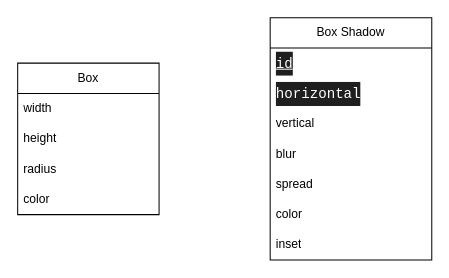
vandoan882000/box-shadow-app keeps this draw.io diagram as src/diagrams/entities/box.drawio. Above is the earlier version. Source tidied: cells renumbered, new cells numbered last; positions are measured from the earlier drawing's top-left corner, leaving out a move shared by most shapes. Both pictures are drawn from the tidied source at 101%, with x=0, y=0 at pixel (17, 17).
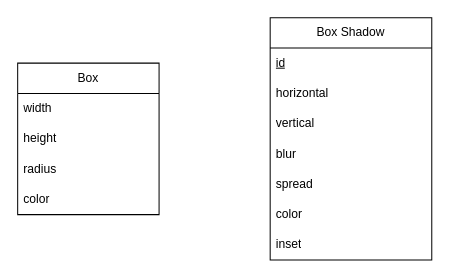
After the change.

Diff of the diagram source:
```diff
@@
 <mxGraphModel>
   <root>
     <mxCell id="0" />
     <mxCell id="1" parent="0" />
     <mxCell id="2" value="Box" style="swimlane;fontStyle=0;horizontal=1;startSize=30;whiteSpace=wrap;html=1;" parent="1" vertex="1">
       <mxGeometry y="45" width="140" height="150" as="geometry" />
     </mxCell>
     <mxCell id="3" value="width" style="text;strokeColor=none;fillColor=none;align=left;verticalAlign=middle;spacingLeft=4;spacingRight=4;overflow=hidden;whiteSpace=wrap;html=1;" parent="2" vertex="1">
       <mxGeometry y="30" width="140" height="30" as="geometry" />
     </mxCell>
     <mxCell id="4" value="height" style="text;strokeColor=none;fillColor=none;align=left;verticalAlign=middle;spacingLeft=4;spacingRight=4;overflow=hidden;whiteSpace=wrap;html=1;" parent="2" vertex="1">
       <mxGeometry y="60" width="140" height="30" as="geometry" />
     </mxCell>
     <mxCell id="5" value="radius" style="text;strokeColor=none;fillColor=none;align=left;verticalAlign=middle;spacingLeft=4;spacingRight=4;overflow=hidden;whiteSpace=wrap;html=1;" parent="2" vertex="1">
       <mxGeometry y="90" width="140" height="30" as="geometry" />
     </mxCell>
     <mxCell id="6" value="color" style="text;strokeColor=none;fillColor=none;align=left;verticalAlign=middle;spacingLeft=4;spacingRight=4;overflow=hidden;whiteSpace=wrap;html=1;" parent="2" vertex="1">
       <mxGeometry y="120" width="140" height="30" as="geometry" />
     </mxCell>
     <mxCell id="7" value="Box Shadow" style="swimlane;fontStyle=0;horizontal=1;startSize=30;whiteSpace=wrap;html=1;" parent="1" vertex="1">
       <mxGeometry x="250" width="160" height="240" as="geometry" />
     </mxCell>
-    <mxCell id="8" value="&lt;div style=&quot;background-color: rgb(31, 31, 31); font-family: Consolas, &amp;quot;Courier New&amp;quot;, monospace; font-size: 14px; line-height: 24px;&quot;&gt;&lt;font color=&quot;#ffffff&quot;&gt;&lt;u&gt;id&lt;/u&gt;&lt;/font&gt;&lt;/div&gt;" style="text;strokeColor=none;fillColor=none;align=left;verticalAlign=middle;spacingLeft=4;spacingRight=4;overflow=hidden;whiteSpace=wrap;html=1;" parent="7" vertex="1">
+    <mxCell id="8" value="&lt;u&gt;id&lt;/u&gt;" style="text;strokeColor=none;fillColor=none;align=left;verticalAlign=middle;spacingLeft=4;spacingRight=4;overflow=hidden;whiteSpace=wrap;html=1;" parent="7" vertex="1">
       <mxGeometry y="30" width="160" height="30" as="geometry" />
     </mxCell>
-    <mxCell id="9" value="&lt;div style=&quot;background-color: rgb(31, 31, 31); font-family: Consolas, &amp;quot;Courier New&amp;quot;, monospace; font-size: 14px; line-height: 24px;&quot;&gt;&lt;font color=&quot;#ffffff&quot;&gt;horizontal&lt;/font&gt;&lt;/div&gt;" style="text;strokeColor=none;fillColor=none;align=left;verticalAlign=middle;spacingLeft=4;spacingRight=4;overflow=hidden;whiteSpace=wrap;html=1;" parent="7" vertex="1">
+    <mxCell id="9" value="horizontal" style="text;strokeColor=none;fillColor=none;align=left;verticalAlign=middle;spacingLeft=4;spacingRight=4;overflow=hidden;whiteSpace=wrap;html=1;" parent="7" vertex="1">
       <mxGeometry y="60" width="160" height="30" as="geometry" />
     </mxCell>
     <mxCell id="10" value="vertical" style="text;strokeColor=none;fillColor=none;align=left;verticalAlign=middle;spacingLeft=4;spacingRight=4;overflow=hidden;whiteSpace=wrap;html=1;" parent="7" vertex="1">
       <mxGeometry y="90" width="160" height="30" as="geometry" />
     </mxCell>
     <mxCell id="11" value="blur" style="text;strokeColor=none;fillColor=none;align=left;verticalAlign=middle;spacingLeft=4;spacingRight=4;overflow=hidden;whiteSpace=wrap;html=1;" parent="7" vertex="1">
       <mxGeometry y="120" width="160" height="30" as="geometry" />
     </mxCell>
     <mxCell id="12" value="spread" style="text;strokeColor=none;fillColor=none;align=left;verticalAlign=middle;spacingLeft=4;spacingRight=4;overflow=hidden;whiteSpace=wrap;html=1;" parent="7" vertex="1">
       <mxGeometry y="150" width="160" height="30" as="geometry" />
     </mxCell>
     <mxCell id="13" value="color" style="text;strokeColor=none;fillColor=none;align=left;verticalAlign=middle;spacingLeft=4;spacingRight=4;overflow=hidden;whiteSpace=wrap;html=1;" parent="7" vertex="1">
       <mxGeometry y="180" width="160" height="30" as="geometry" />
     </mxCell>
     <mxCell id="14" value="inset" style="text;strokeColor=none;fillColor=none;align=left;verticalAlign=middle;spacingLeft=4;spacingRight=4;overflow=hidden;whiteSpace=wrap;html=1;" parent="7" vertex="1">
       <mxGeometry y="210" width="160" height="30" as="geometry" />
     </mxCell>
   </root>
 </mxGraphModel>
```
